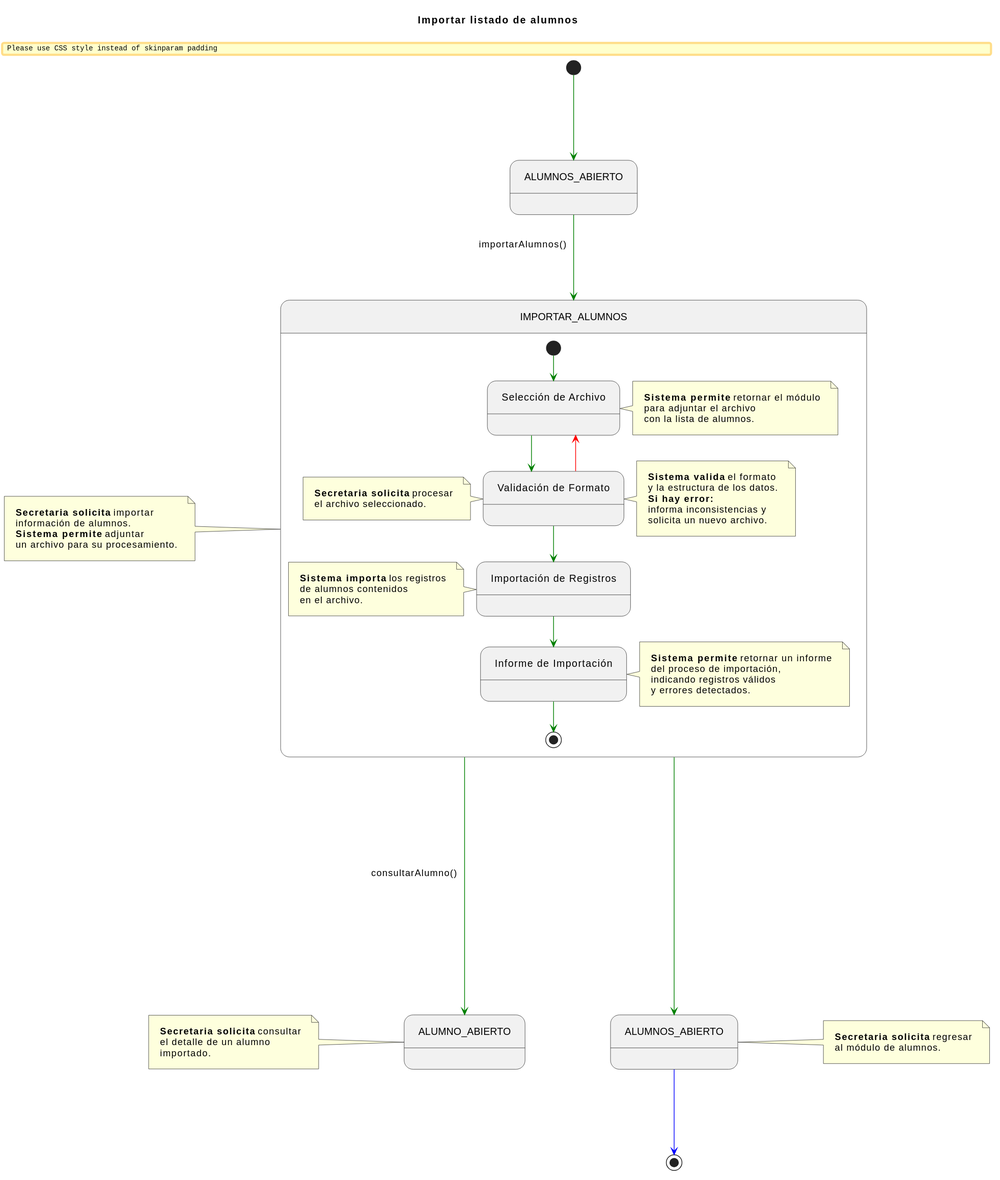
The PlantUML diagram documents/CasosDeUso/DetalladoCasosDeUso/Secretaria/importarListasAlumnos.svg in enmabry/25-26-IdSw1-SdR, before a commit.
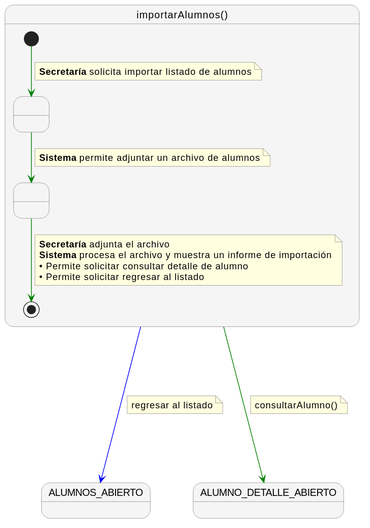
Later version of the same file.

Diff of the diagram source:
```diff
@@ -1,98 +1,46 @@
 @startuml
-title Importar listado de alumnos
+skinparam nodesep 60
+skinparam ranksep 60
+skinparam linetype polyline
+skinparam NoteBackgroundColor lightyellow
+skinparam NoteBorderColor gray
+skinparam StateBackgroundColor #F5F5F5
+skinparam StateBorderColor gray
 
+state "importarAlumnos()" as importarAlumnos {
 
-skinparam nodesep 120
-skinparam ranksep 120
-skinparam linetype ortho
-skinparam Padding 10
+    state " " as Paso1
+    state " " as Paso2
 
-state ALUMNOS_ABIERTO_INICIAL   as "ALUMNOS_ABIERTO"
-state IMPORTAR_ALUMNOS_COMP     as "IMPORTAR_ALUMNOS"
-state ALUMNO_ABIERTO_FINAL      as "ALUMNO_ABIERTO"
-state ALUMNOS_ABIERTO_FINAL     as "ALUMNOS_ABIERTO"
+    [*] -[#green]-> Paso1
+    note on link
+      <b>Secretaría</b> solicita importar listado de alumnos
+    end note
 
-[*] -[#green]-> ALUMNOS_ABIERTO_INICIAL
+    Paso1 -[#green]-> Paso2
+    note on link
+      <b>Sistema</b> permite adjuntar un archivo de alumnos
+    end note
 
-ALUMNOS_ABIERTO_INICIAL -[#green]-> IMPORTAR_ALUMNOS_COMP : importarAlumnos()
+    Paso2 -[#green]-> [*]
+    note on link
+      <b>Secretaría</b> adjunta el archivo
+      <b>Sistema</b> procesa el archivo y muestra un informe de importación
+      • Permite solicitar consultar detalle de alumno
+      • Permite solicitar regresar al listado
+    end note
+}
 
-note left of IMPORTAR_ALUMNOS_COMP
-    <b>Secretaria solicita</b> importar
-    información de alumnos.
-    <b>Sistema permite</b> adjuntar
-    un archivo para su procesamiento.
+state "ALUMNOS_ABIERTO" as ALUMNOS_ABIERTO
+state "ALUMNO_DETALLE_ABIERTO" as ALUMNO_DETALLE_ABIERTO
+
+importarAlumnos -[#green]---> ALUMNO_DETALLE_ABIERTO
+note right on link
+  consultarAlumno()
 end note
 
-
-state IMPORTAR_ALUMNOS_COMP {
-
-    state SolicitudArchivo   as "Selección de Archivo"
-    state ValidarFormato     as "Validación de Formato"
-    state ImportarRegistros  as "Importación de Registros"
-    state RetornarInforme    as "Informe de Importación"
-
-    [*] -[#green]-> SolicitudArchivo
-
-    note right of SolicitudArchivo
-        <b>Sistema permite</b> retornar el módulo
-        para adjuntar el archivo
-        con la lista de alumnos.
-    end note
-
-    SolicitudArchivo -[#green]-> ValidarFormato
-
-    note left of ValidarFormato
-        <b>Secretaria solicita</b> procesar
-        el archivo seleccionado.
-    end note
-
-    ValidarFormato -[#red]-> SolicitudArchivo
-
-    note right of ValidarFormato
-        <b>Sistema valida</b> el formato
-        y la estructura de los datos.
-        <b>Si hay error:</b>
-        informa inconsistencias y
-        solicita un nuevo archivo.
-    end note
-
-    ValidarFormato -[#green]-> ImportarRegistros
-
-    note left of ImportarRegistros
-        <b>Sistema importa</b> los registros
-        de alumnos contenidos
-        en el archivo.
-    end note
-
-    ImportarRegistros -[#green]-> RetornarInforme
-
-    note right of RetornarInforme
-        <b>Sistema permite</b> retornar un informe
-        del proceso de importación,
-        indicando registros válidos
-        y errores detectados.
-    end note
-
-    RetornarInforme -[#green]-> [*]
-}
-
-
-IMPORTAR_ALUMNOS_COMP -[#green]---> ALUMNO_ABIERTO_FINAL : consultarAlumno()
-
-note left of ALUMNO_ABIERTO_FINAL
-    <b>Secretaria solicita</b> consultar
-    el detalle de un alumno
-    importado.
+importarAlumnos -[#blue]---> ALUMNOS_ABIERTO
+note right on link
+  regresar al listado
 end note
-
-
-IMPORTAR_ALUMNOS_COMP -[#green]---> ALUMNOS_ABIERTO_FINAL
-
-note right of ALUMNOS_ABIERTO_FINAL
-    <b>Secretaria solicita</b> regresar
-    al módulo de alumnos.
-end note
-
-
-ALUMNOS_ABIERTO_FINAL -[#blue]-> [*]
 @enduml
```
